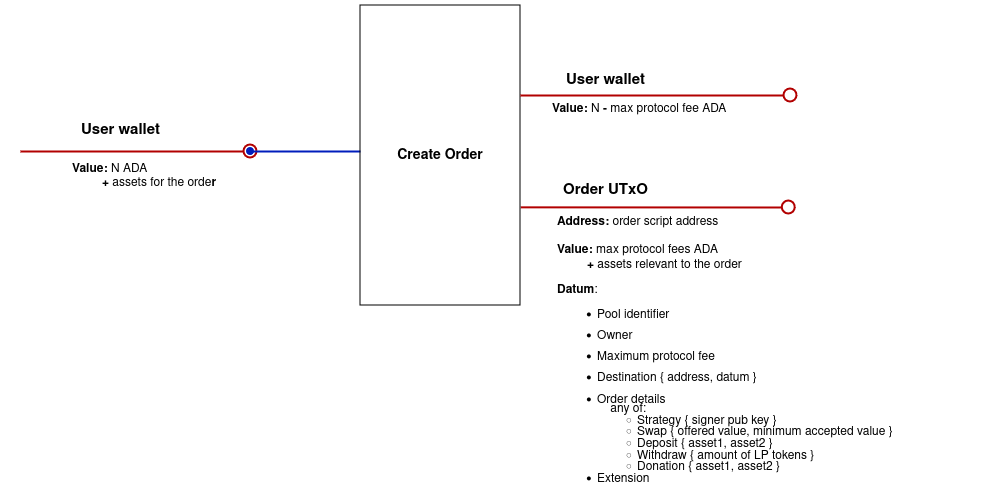
This is src/img/create_order.png from txpipe-shop/sundae-swap, a draw.io export, as it was before one commit. Source tidied: cells renumbered, new cells last; positions are measured from the earlier drawing's top-left corner, leaving out a move shared by most shapes.
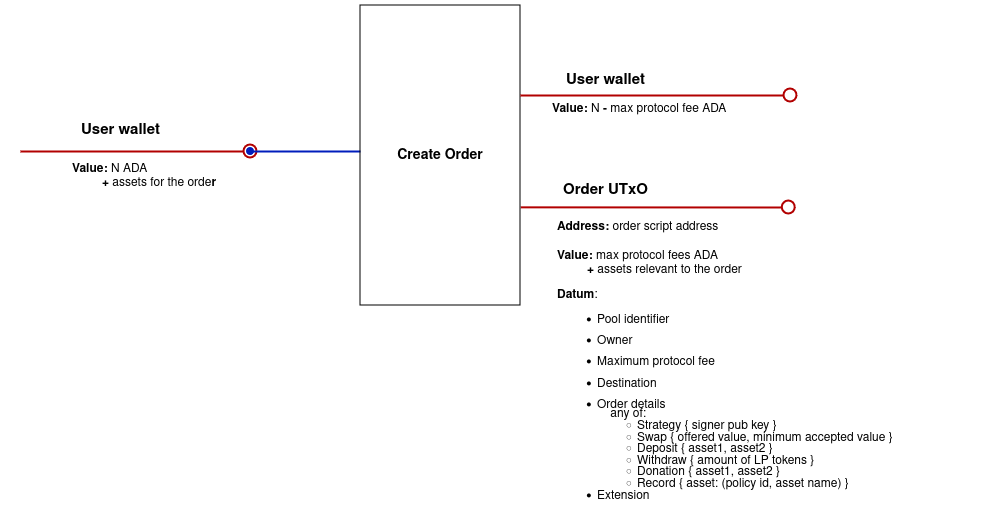
After the change.

Change to the diagram source:
```diff
@@ -29,8 +29,8 @@
     <mxCell id="7" value="&lt;font style=&quot;font-size: 15px;&quot;&gt;&lt;b style=&quot;font-size: 12px;&quot;&gt;&lt;font style=&quot;font-size: 15px;&quot;&gt;User wallet&lt;/font&gt;&lt;/b&gt;&lt;b&gt;&lt;br&gt;&lt;/b&gt;&lt;/font&gt;" style="text;html=1;align=center;verticalAlign=middle;strokeColor=none;fillColor=none;" parent="1" vertex="1">
       <mxGeometry x="50" y="110" width="100" height="30" as="geometry" />
     </mxCell>
-    <mxCell id="8" value="&lt;div&gt;&lt;b&gt;Address: &lt;/b&gt;order script address&lt;b&gt;&lt;br&gt;&lt;br&gt;Value: &lt;/b&gt;max protocol fees&lt;b&gt; &lt;/b&gt;ADA&lt;/div&gt;&lt;div&gt;&lt;b&gt;&amp;nbsp;&amp;nbsp;&amp;nbsp;&amp;nbsp;&amp;nbsp;&amp;nbsp;&amp;nbsp;&amp;nbsp; + &lt;/b&gt;assets relevant to the order&lt;b&gt;&lt;br&gt;&lt;/b&gt;&lt;/div&gt;&lt;div&gt;&lt;p style=&quot;line-height: 100%;&quot;&gt;&lt;b&gt;Datum&lt;/b&gt;:&lt;/p&gt;&lt;ul style=&quot;line-height: 80%;&quot;&gt;&lt;li&gt;Pool identifier&lt;br&gt;&lt;/li&gt;&lt;br&gt;&lt;li&gt;Owner&lt;/li&gt;&lt;br&gt;&lt;li&gt;Maximum protocol fee&lt;br&gt;&lt;/li&gt;&lt;br&gt;&lt;li&gt;Destination { address, datum }&lt;br&gt;&lt;/li&gt;&lt;br&gt;&lt;li&gt;Order details&lt;br&gt;&amp;nbsp;&amp;nbsp;&amp;nbsp; any of:&lt;br&gt;&lt;/li&gt;&lt;ul&gt;&lt;li&gt;Strategy { signer pub key }&lt;/li&gt;&lt;li&gt;Swap { offered value, minimum accepted value }&lt;/li&gt;&lt;li&gt;Deposit { asset1, asset2 }&lt;/li&gt;&lt;li&gt;Withdraw { amount of LP tokens }&lt;/li&gt;&lt;li&gt;Donation { asset1, asset2 }&lt;/li&gt;&lt;/ul&gt;&lt;li&gt;Extension&lt;br&gt;&lt;/li&gt;&lt;/ul&gt;&lt;/div&gt;" style="text;html=1;strokeColor=none;fillColor=none;align=left;verticalAlign=middle;whiteSpace=wrap;rounded=0;" parent="1" vertex="1">
-      <mxGeometry x="535" y="329" width="440" height="41" as="geometry" />
+    <mxCell id="8" value="&lt;div&gt;&lt;b&gt;Address: &lt;/b&gt;order script address&lt;b&gt;&lt;br&gt;&lt;br&gt;Value: &lt;/b&gt;max protocol fees&lt;b&gt; &lt;/b&gt;ADA&lt;/div&gt;&lt;div&gt;&lt;b&gt;&amp;nbsp;&amp;nbsp;&amp;nbsp;&amp;nbsp;&amp;nbsp;&amp;nbsp;&amp;nbsp;&amp;nbsp; + &lt;/b&gt;assets relevant to the order&lt;b&gt;&lt;br&gt;&lt;/b&gt;&lt;/div&gt;&lt;div&gt;&lt;p style=&quot;line-height: 100%;&quot;&gt;&lt;b&gt;Datum&lt;/b&gt;:&lt;/p&gt;&lt;ul style=&quot;line-height: 80%;&quot;&gt;&lt;li&gt;Pool identifier&lt;br&gt;&lt;/li&gt;&lt;br&gt;&lt;li&gt;Owner&lt;/li&gt;&lt;br&gt;&lt;li&gt;Maximum protocol fee&lt;br&gt;&lt;/li&gt;&lt;br&gt;&lt;li&gt;Destination&lt;br&gt;&lt;/li&gt;&lt;br&gt;&lt;li&gt;Order details&lt;br&gt;&amp;nbsp;&amp;nbsp;&amp;nbsp; any of:&lt;br&gt;&lt;/li&gt;&lt;ul&gt;&lt;li&gt;Strategy { signer pub key }&lt;/li&gt;&lt;li&gt;Swap { offered value, minimum accepted value }&lt;/li&gt;&lt;li&gt;Deposit { asset1, asset2 }&lt;/li&gt;&lt;li&gt;Withdraw { amount of LP tokens }&lt;/li&gt;&lt;li&gt;Donation { asset1, asset2 }&lt;/li&gt;&lt;li&gt;Record { asset: (policy id, asset name) }&lt;br&gt;&lt;/li&gt;&lt;/ul&gt;&lt;li&gt;Extension&lt;/li&gt;&lt;/ul&gt;&lt;/div&gt;" style="text;html=1;strokeColor=none;fillColor=none;align=left;verticalAlign=middle;whiteSpace=wrap;rounded=0;" parent="1" vertex="1">
+      <mxGeometry x="535" y="340" width="440" height="41" as="geometry" />
     </mxCell>
     <mxCell id="9" value="&lt;font style=&quot;font-size: 15px;&quot;&gt;&lt;b style=&quot;font-size: 12px;&quot;&gt;&lt;font style=&quot;font-size: 15px;&quot;&gt;Order UTxO&lt;br&gt;&lt;/font&gt;&lt;/b&gt;&lt;/font&gt;" style="text;html=1;align=center;verticalAlign=middle;strokeColor=none;fillColor=none;" parent="1" vertex="1">
       <mxGeometry x="530" y="170" width="110" height="30" as="geometry" />
```
